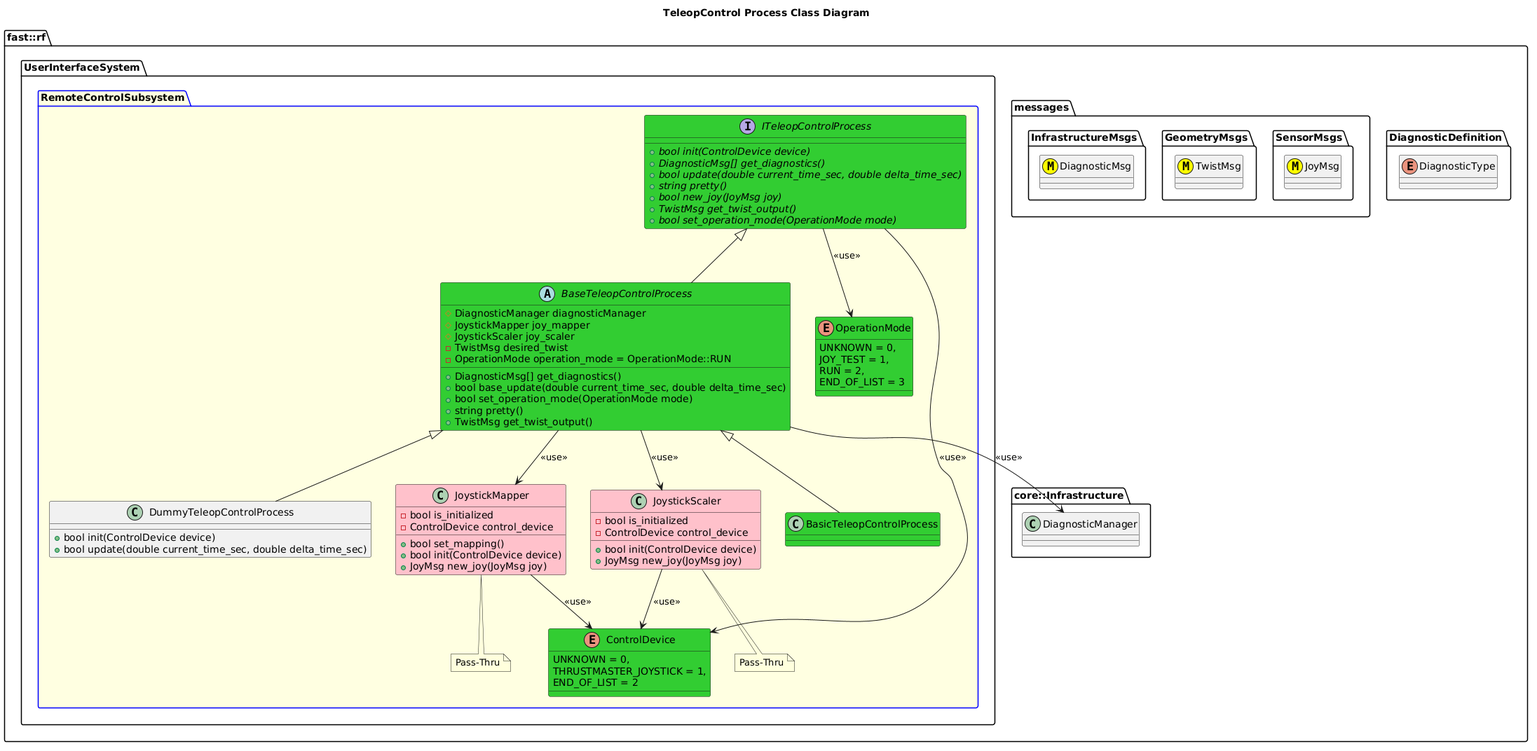
Earlier version of the PlantUML export Systems/UserInterface/Subsystems/RemoteControl/Processes/TeleopControl/doc/puml/TeleopControlProcessClassDiagram.png (fastrobotics/robot_framework).
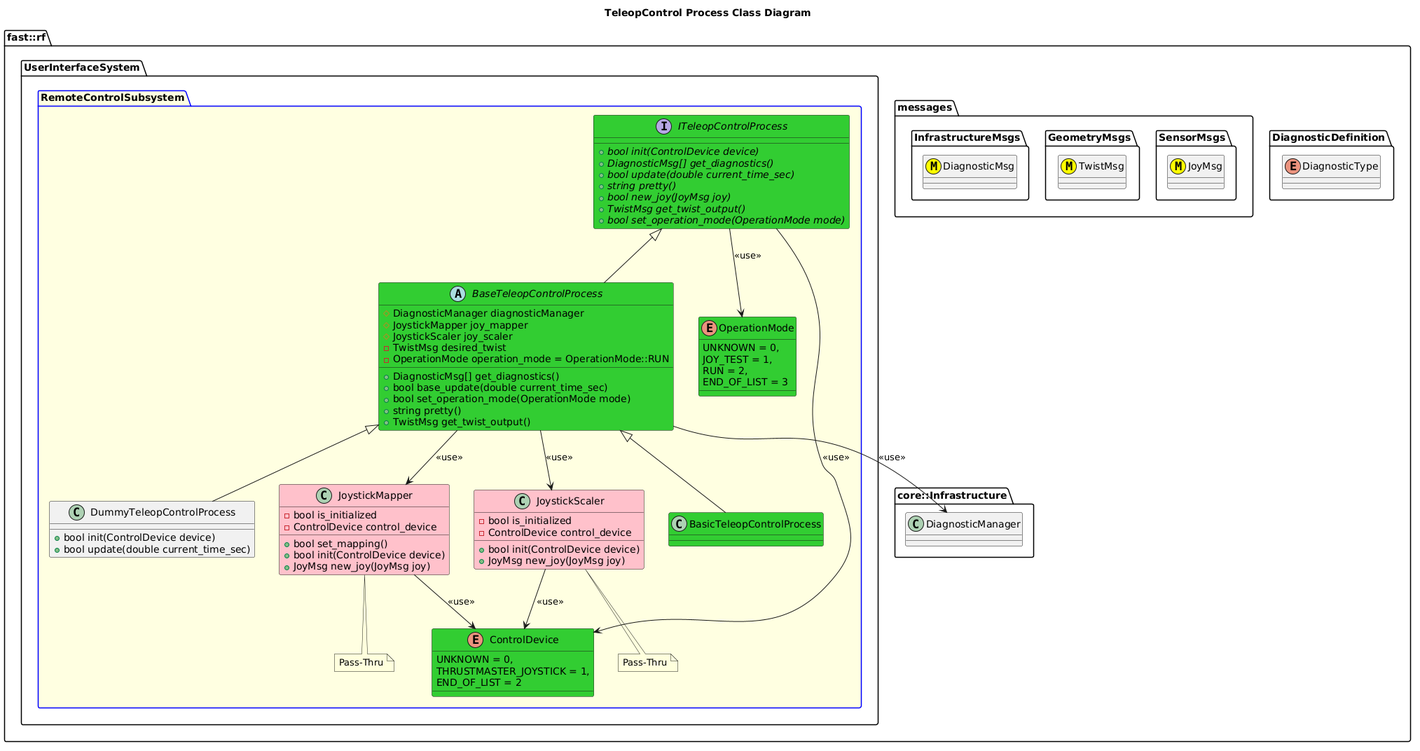
After the commit.

What changed in the source:
```diff
@@ -35,7 +35,7 @@
       interface ITeleopControlProcess #LimeGreen {
         +{abstract} bool init(ControlDevice device)
         +{abstract} DiagnosticMsg[] get_diagnostics()
-        +{abstract} bool update(double current_time_sec, double delta_time_sec)
+        +{abstract} bool update(double current_time_sec)
         +{abstract} string pretty()
         +{abstract} bool new_joy(JoyMsg joy)
         +{abstract} TwistMsg get_twist_output()
@@ -66,7 +66,7 @@
       end note
       abstract BaseTeleopControlProcess #LimeGreen {
         +DiagnosticMsg[] get_diagnostics()
-        +bool base_update(double current_time_sec, double delta_time_sec)
+        +bool base_update(double current_time_sec)
         +bool set_operation_mode(OperationMode mode)
         +string pretty()
         #DiagnosticManager diagnosticManager
@@ -86,7 +86,7 @@
       BasicTeleopControlProcess -up-|> BaseTeleopControlProcess
       class DummyTeleopControlProcess {
         +bool init(ControlDevice device)
-        +bool update(double current_time_sec, double delta_time_sec)
+        +bool update(double current_time_sec)
       }
       DummyTeleopControlProcess -up-|> BaseTeleopControlProcess
 
```
